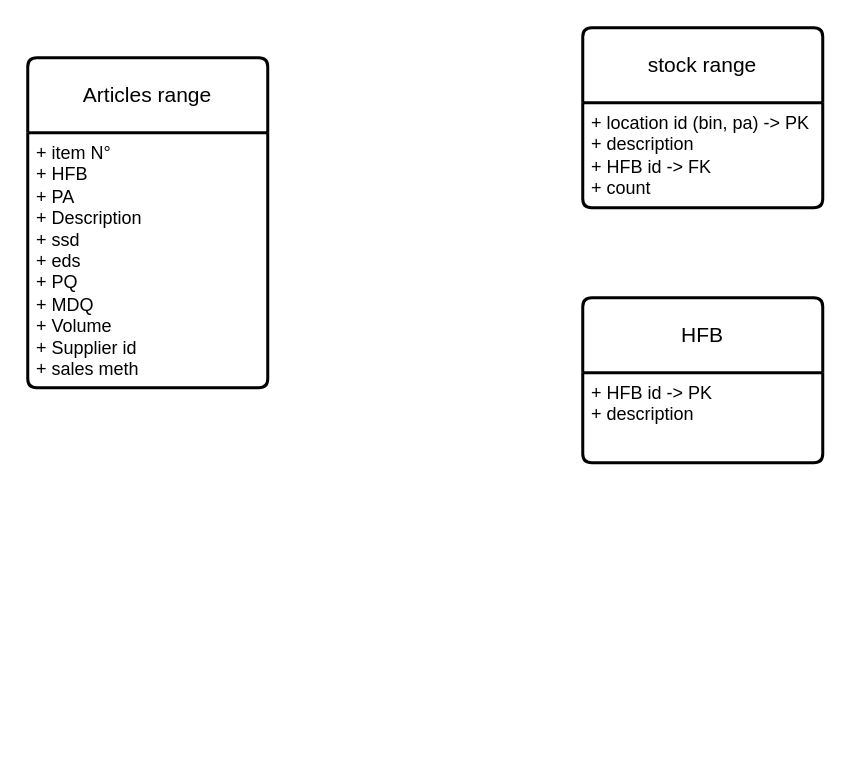
Before: Diagramme sans nom.drawio in saadsgh123/learn, a draw.io diagram. Source tidied: cells renumbered, new cells numbered last; positions are measured from the earlier drawing's top-left corner, leaving out a move shared by most shapes. Both pictures are drawn from the tidied source at 150%, with x=0, y=0 at pixel (27, 27).
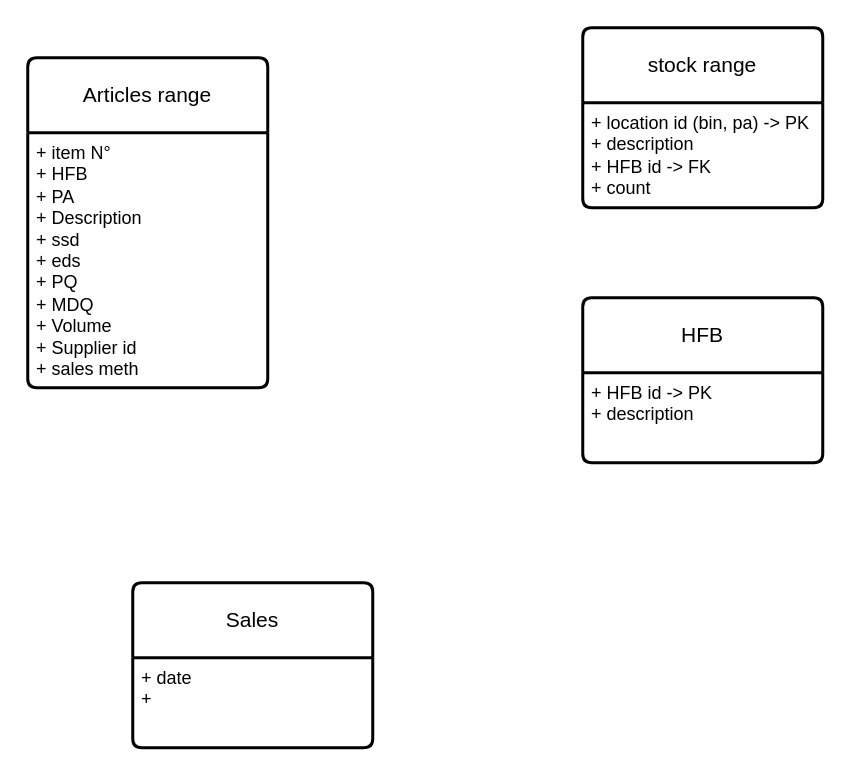
After the change.

The edit, as a diff of the source:
```diff
@@
 <mxGraphModel>
   <root>
     <mxCell id="0" />
     <mxCell id="1" parent="0" />
     <mxCell id="2" value="Articles range" style="swimlane;horizontal=1;startSize=50;rounded=1;fontSize=14;fontStyle=0;strokeWidth=2;shadow=0;dashed=0;align=center;arcSize=4;whiteSpace=wrap;html=1;" parent="1" vertex="1">
       <mxGeometry y="20" width="160" height="220" as="geometry" />
     </mxCell>
     <mxCell id="3" value="+ item N°&lt;div&gt;+ HFB&lt;/div&gt;&lt;div&gt;+ PA&lt;/div&gt;&lt;div&gt;+ Description&lt;/div&gt;&lt;div&gt;+ ssd&lt;/div&gt;&lt;div&gt;+ eds&lt;/div&gt;&lt;div&gt;+ PQ&lt;/div&gt;&lt;div&gt;+ MDQ&lt;/div&gt;&lt;div&gt;+ Volume&lt;/div&gt;&lt;div&gt;+ Supplier id&lt;/div&gt;&lt;div&gt;+ sales meth&lt;br&gt;&lt;/div&gt;" style="align=left;strokeColor=none;fillColor=none;spacingLeft=4;fontSize=12;verticalAlign=top;html=1;" parent="2" vertex="1">
       <mxGeometry y="50" width="160" height="170" as="geometry" />
     </mxCell>
     <mxCell id="4" value="stock range" style="swimlane;horizontal=1;startSize=50;rounded=1;fontSize=14;fontStyle=0;strokeWidth=2;shadow=0;dashed=0;align=center;arcSize=4;whiteSpace=wrap;html=1;" parent="1" vertex="1">
       <mxGeometry x="370" width="160" height="120" as="geometry" />
     </mxCell>
     <mxCell id="5" value="+ location id (bin, pa) -&amp;gt; PK&lt;div&gt;+ description&lt;br&gt;&lt;div&gt;+ HFB id -&amp;gt; FK&lt;/div&gt;&lt;div&gt;+ count&lt;/div&gt;&lt;/div&gt;" style="align=left;strokeColor=none;fillColor=none;spacingLeft=4;fontSize=12;verticalAlign=top;html=1;" parent="4" vertex="1">
       <mxGeometry y="50" width="160" height="70" as="geometry" />
     </mxCell>
     <mxCell id="6" value="HFB" style="swimlane;horizontal=1;startSize=50;rounded=1;fontSize=14;fontStyle=0;strokeWidth=2;shadow=0;dashed=0;align=center;arcSize=4;whiteSpace=wrap;html=1;" parent="1" vertex="1">
       <mxGeometry x="370" y="180" width="160" height="110" as="geometry" />
     </mxCell>
     <mxCell id="7" value="+ HFB id -&amp;gt; PK&lt;div&gt;+ description&lt;/div&gt;" style="align=left;strokeColor=none;fillColor=none;spacingLeft=4;fontSize=12;verticalAlign=top;html=1;" parent="6" vertex="1">
       <mxGeometry y="50" width="160" height="60" as="geometry" />
     </mxCell>
+    <mxCell id="8" value="Sales" style="swimlane;horizontal=1;startSize=50;rounded=1;fontSize=14;fontStyle=0;strokeWidth=2;shadow=0;dashed=0;align=center;arcSize=4;whiteSpace=wrap;html=1;" parent="1" vertex="1">
+      <mxGeometry x="70" y="370" width="160" height="110" as="geometry" />
+    </mxCell>
+    <mxCell id="9" value="+ date&lt;div&gt;+&amp;nbsp; &amp;nbsp;&lt;/div&gt;" style="align=left;strokeColor=none;fillColor=none;spacingLeft=4;fontSize=12;verticalAlign=top;html=1;" parent="8" vertex="1">
+      <mxGeometry y="50" width="160" height="60" as="geometry" />
+    </mxCell>
   </root>
 </mxGraphModel>
```
